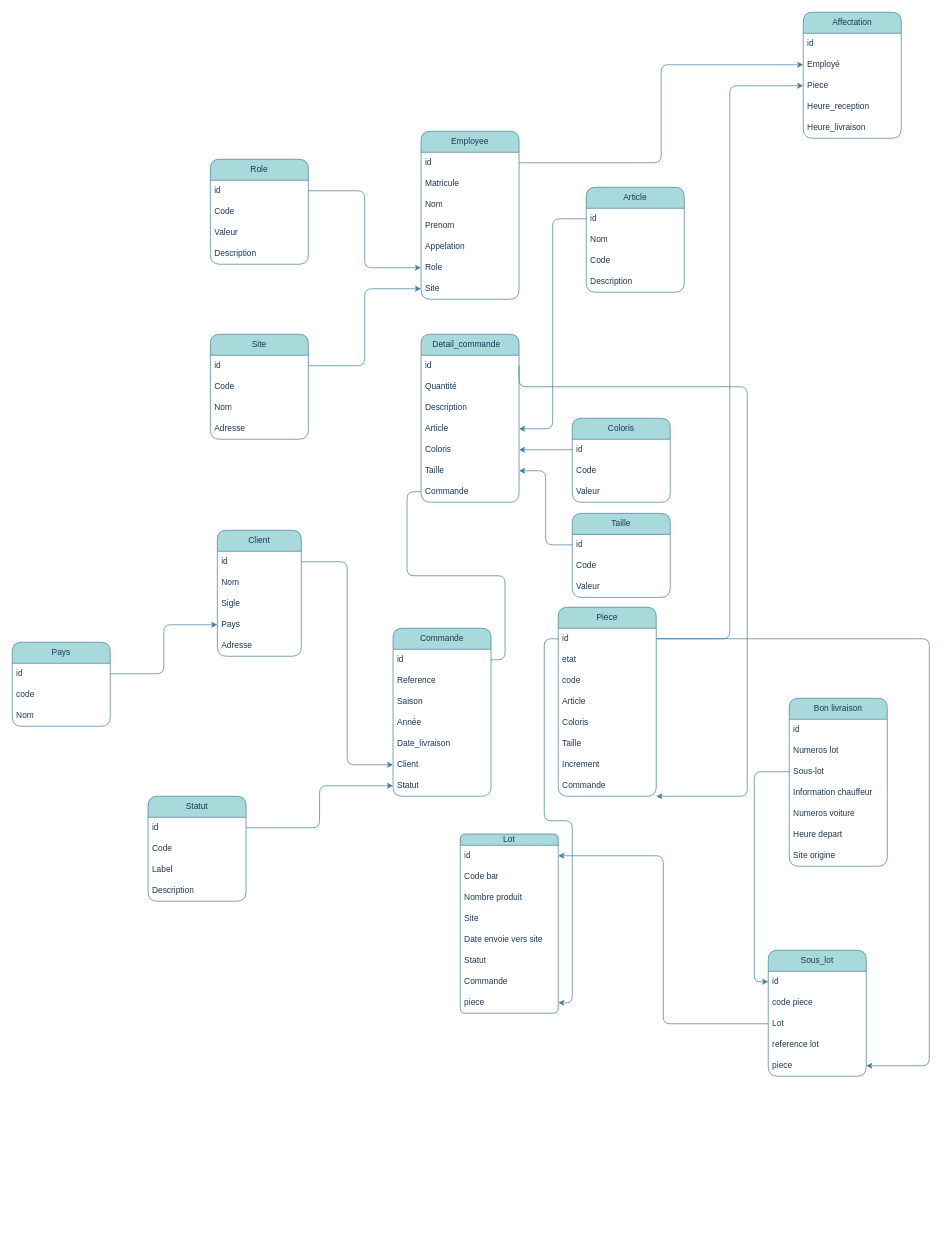
Before: Diagramme sans nom.drawio in petit-vps/sample, a draw.io diagram. Source tidied: cells renumbered, new cells numbered last; positions are measured from the earlier drawing's top-left corner, leaving out a move shared by most shapes. Both pictures are drawn from the tidied source at 70%, with x=0, y=0 at pixel (12, 12).
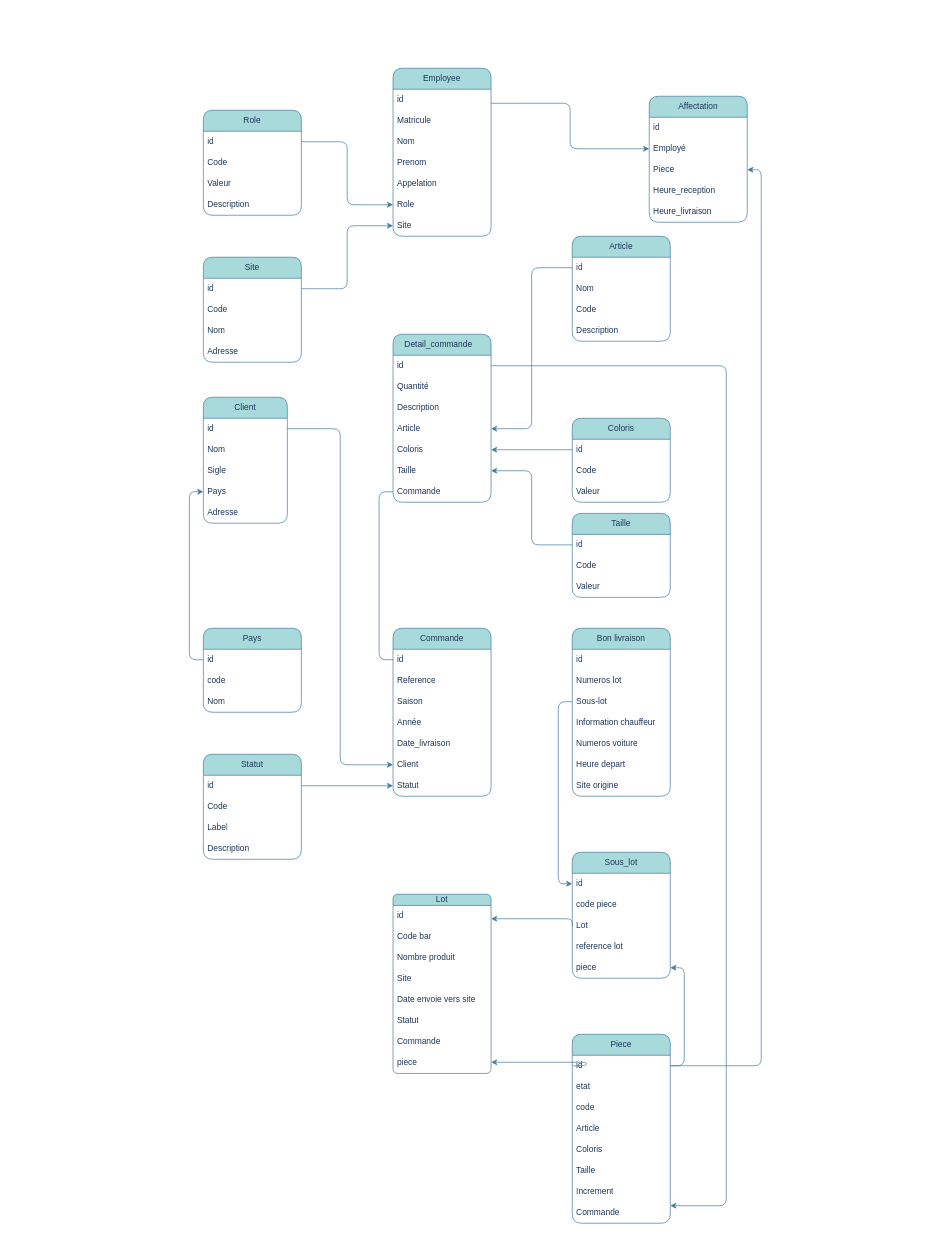
The same diagram, later.

The change refers to these unchanged cells:
```xml
<mxCell id="3" value="id" style="text;strokeColor=none;fillColor=none;align=left;verticalAlign=middle;spacingLeft=4;spacingRight=4;overflow=hidden;points=[[0,0.5],[1,0.5]];portConstraint=eastwest;whiteSpace=wrap;html=1;rounded=1;labelBackgroundColor=none;fontColor=#1D3557;" parent="2" vertex="1">
  <mxGeometry y="30" width="140" height="30" as="geometry" />
</mxCell>
<mxCell id="35" value="id" style="text;strokeColor=none;fillColor=none;align=left;verticalAlign=middle;spacingLeft=4;spacingRight=4;overflow=hidden;points=[[0,0.5],[1,0.5]];portConstraint=eastwest;whiteSpace=wrap;html=1;rounded=1;labelBackgroundColor=none;fontColor=#1D3557;" parent="34" vertex="1">
  <mxGeometry y="30" width="140" height="30" as="geometry" />
</mxCell>
<mxCell id="56" value="id" style="text;strokeColor=none;fillColor=none;align=left;verticalAlign=middle;spacingLeft=4;spacingRight=4;overflow=hidden;points=[[0,0.5],[1,0.5]];portConstraint=eastwest;whiteSpace=wrap;html=1;rounded=1;labelBackgroundColor=none;fontColor=#1D3557;" parent="55" vertex="1">
  <mxGeometry y="30" width="140" height="30" as="geometry" />
</mxCell>
<mxCell id="63" value="Commande" style="text;strokeColor=none;fillColor=none;align=left;verticalAlign=middle;spacingLeft=4;spacingRight=4;overflow=hidden;points=[[0,0.5],[1,0.5]];portConstraint=eastwest;whiteSpace=wrap;html=1;rounded=1;labelBackgroundColor=none;fontColor=#1D3557;" parent="55" vertex="1">
  <mxGeometry y="240" width="140" height="30" as="geometry" />
</mxCell>
<mxCell id="70" value="&lt;div&gt;id&lt;/div&gt;" style="text;strokeColor=none;fillColor=none;align=left;verticalAlign=middle;spacingLeft=4;spacingRight=4;overflow=hidden;points=[[0,0.5],[1,0.5]];portConstraint=eastwest;whiteSpace=wrap;html=1;rounded=1;labelBackgroundColor=none;fontColor=#1D3557;" parent="69" vertex="1">
  <mxGeometry y="16" width="140" height="30" as="geometry" />
</mxCell>
<mxCell id="77" value="piece" style="text;strokeColor=none;fillColor=none;align=left;verticalAlign=middle;spacingLeft=4;spacingRight=4;overflow=hidden;points=[[0,0.5],[1,0.5]];portConstraint=eastwest;whiteSpace=wrap;html=1;rounded=1;labelBackgroundColor=none;fontColor=#1D3557;" parent="69" vertex="1">
  <mxGeometry y="226" width="140" height="30" as="geometry" />
</mxCell>
<mxCell id="89" value="&lt;div&gt;Lot&lt;/div&gt;" style="text;strokeColor=none;fillColor=none;align=left;verticalAlign=middle;spacingLeft=4;spacingRight=4;overflow=hidden;points=[[0,0.5],[1,0.5]];portConstraint=eastwest;whiteSpace=wrap;html=1;rounded=1;labelBackgroundColor=none;fontColor=#1D3557;" parent="86" vertex="1">
  <mxGeometry y="90" width="140" height="30" as="geometry" />
</mxCell>
<mxCell id="91" value="piece" style="text;strokeColor=none;fillColor=none;align=left;verticalAlign=middle;spacingLeft=4;spacingRight=4;overflow=hidden;points=[[0,0.5],[1,0.5]];portConstraint=eastwest;whiteSpace=wrap;html=1;rounded=1;labelBackgroundColor=none;fontColor=#1D3557;" parent="86" vertex="1">
  <mxGeometry y="150" width="140" height="30" as="geometry" />
</mxCell>
<mxCell id="109" value="Employé" style="text;strokeColor=none;fillColor=none;align=left;verticalAlign=middle;spacingLeft=4;spacingRight=4;overflow=hidden;points=[[0,0.5],[1,0.5]];portConstraint=eastwest;whiteSpace=wrap;html=1;rounded=1;labelBackgroundColor=none;fontColor=#1D3557;" parent="107" vertex="1">
  <mxGeometry y="60" width="140" height="30" as="geometry" />
</mxCell>
<mxCell id="110" value="Piece" style="text;strokeColor=none;fillColor=none;align=left;verticalAlign=middle;spacingLeft=4;spacingRight=4;overflow=hidden;points=[[0,0.5],[1,0.5]];portConstraint=eastwest;whiteSpace=wrap;html=1;rounded=1;labelBackgroundColor=none;fontColor=#1D3557;" parent="107" vertex="1">
  <mxGeometry y="90" width="140" height="30" as="geometry" />
</mxCell>
```

The edit, as a diff of the source:
```diff
@@
     <mxCell id="2" value="Employee" style="swimlane;fontStyle=0;horizontal=1;startSize=30;whiteSpace=wrap;html=1;fillColor=#A8DADC;strokeColor=#457B9D;rounded=1;labelBackgroundColor=none;fontColor=#1D3557;" parent="1" vertex="1">
-      <mxGeometry x="584" y="170" width="140" height="240" as="geometry" />
+      <mxGeometry x="544" y="80" width="140" height="240" as="geometry" />
     </mxCell>
@@
     <mxCell id="10" value="Role" style="swimlane;fontStyle=0;horizontal=1;startSize=30;whiteSpace=wrap;html=1;fillColor=#A8DADC;strokeColor=#457B9D;rounded=1;labelBackgroundColor=none;fontColor=#1D3557;" parent="1" vertex="1">
-      <mxGeometry x="283" y="210" width="140" height="150" as="geometry" />
+      <mxGeometry x="273" y="140" width="140" height="150" as="geometry" />
     </mxCell>
@@
     <mxCell id="15" value="Site" style="swimlane;fontStyle=0;horizontal=1;startSize=30;whiteSpace=wrap;html=1;fillColor=#A8DADC;strokeColor=#457B9D;rounded=1;labelBackgroundColor=none;fontColor=#1D3557;" parent="1" vertex="1">
-      <mxGeometry x="283" y="460" width="140" height="150" as="geometry" />
+      <mxGeometry x="273" y="350" width="140" height="150" as="geometry" />
     </mxCell>
@@
     <mxCell id="28" value="Client" style="swimlane;fontStyle=0;horizontal=1;startSize=30;whiteSpace=wrap;html=1;fillColor=#A8DADC;strokeColor=#457B9D;rounded=1;labelBackgroundColor=none;fontColor=#1D3557;" parent="1" vertex="1">
-      <mxGeometry x="293" y="740" width="120" height="180" as="geometry" />
+      <mxGeometry x="273" y="550" width="120" height="180" as="geometry" />
     </mxCell>
@@
     <mxCell id="34" value="Detail_commande&lt;span style=&quot;white-space: pre;&quot;&gt;&#9;&lt;/span&gt;" style="swimlane;fontStyle=0;horizontal=1;startSize=30;whiteSpace=wrap;html=1;fillColor=#A8DADC;strokeColor=#457B9D;rounded=1;labelBackgroundColor=none;fontColor=#1D3557;" parent="1" vertex="1">
-      <mxGeometry x="584" y="460" width="140" height="240" as="geometry" />
+      <mxGeometry x="544" y="460" width="140" height="240" as="geometry" />
     </mxCell>
@@
     <mxCell id="50" value="Article" style="swimlane;fontStyle=0;horizontal=1;startSize=30;whiteSpace=wrap;html=1;fillColor=#A8DADC;strokeColor=#457B9D;rounded=1;labelBackgroundColor=none;fontColor=#1D3557;" parent="1" vertex="1">
-      <mxGeometry x="820" y="250" width="140" height="150" as="geometry" />
+      <mxGeometry x="800" y="320" width="140" height="150" as="geometry" />
     </mxCell>
@@
     <mxCell id="55" value="Piece" style="swimlane;fontStyle=0;horizontal=1;startSize=30;whiteSpace=wrap;html=1;fillColor=#A8DADC;strokeColor=#457B9D;rounded=1;labelBackgroundColor=none;fontColor=#1D3557;" parent="1" vertex="1">
-      <mxGeometry x="780" y="850" width="140" height="270" as="geometry" />
+      <mxGeometry x="800" y="1460" width="140" height="270" as="geometry" />
     </mxCell>
@@
     <mxCell id="64" value="Statut" style="swimlane;fontStyle=0;horizontal=1;startSize=30;whiteSpace=wrap;html=1;fillColor=#A8DADC;strokeColor=#457B9D;rounded=1;labelBackgroundColor=none;fontColor=#1D3557;" parent="1" vertex="1">
-      <mxGeometry x="194" y="1120" width="140" height="150" as="geometry" />
+      <mxGeometry x="273" y="1060" width="140" height="150" as="geometry" />
     </mxCell>
@@
     <mxCell id="69" value="Lot" style="swimlane;fontStyle=0;horizontal=1;startSize=16;whiteSpace=wrap;html=1;fillColor=#A8DADC;strokeColor=#457B9D;rounded=1;labelBackgroundColor=none;fontColor=#1D3557;" parent="1" vertex="1">
-      <mxGeometry x="640" y="1174" width="140" height="256" as="geometry" />
+      <mxGeometry x="544" y="1260" width="140" height="256" as="geometry" />
     </mxCell>
@@
     <mxCell id="78" value="Bon livraison" style="swimlane;fontStyle=0;horizontal=1;startSize=30;whiteSpace=wrap;html=1;fillColor=#A8DADC;strokeColor=#457B9D;rounded=1;labelBackgroundColor=none;fontColor=#1D3557;" parent="1" vertex="1">
-      <mxGeometry x="1110" y="980" width="140" height="240" as="geometry" />
+      <mxGeometry x="800" y="880" width="140" height="240" as="geometry" />
     </mxCell>
@@
     <mxCell id="86" value="Sous_lot" style="swimlane;fontStyle=0;horizontal=1;startSize=30;whiteSpace=wrap;html=1;fillColor=#A8DADC;strokeColor=#457B9D;rounded=1;labelBackgroundColor=none;fontColor=#1D3557;" parent="1" vertex="1">
-      <mxGeometry x="1080" y="1340" width="140" height="180" as="geometry" />
+      <mxGeometry x="800" y="1200" width="140" height="180" as="geometry" />
     </mxCell>
@@
     <mxCell id="92" value="Pays" style="swimlane;fontStyle=0;horizontal=1;startSize=30;whiteSpace=wrap;html=1;fillColor=#A8DADC;strokeColor=#457B9D;rounded=1;labelBackgroundColor=none;fontColor=#1D3557;" parent="1" vertex="1">
-      <mxGeometry y="900" width="140" height="120" as="geometry" />
+      <mxGeometry x="273" y="880" width="140" height="120" as="geometry" />
     </mxCell>
@@
     <mxCell id="103" style="edgeStyle=orthogonalEdgeStyle;rounded=1;jettySize=auto;html=1;exitX=1;exitY=0.5;exitDx=0;exitDy=0;labelBackgroundColor=none;strokeColor=#457B9D;fontColor=default;" parent="1" edge="1" source="35" target="63">
       <mxGeometry relative="1" as="geometry">
         <Array as="points">
-          <mxPoint x="724" y="535" />
-          <mxPoint x="1050" y="535" />
-          <mxPoint x="1050" y="1120" />
+          <mxPoint x="1020" y="505" />
+          <mxPoint x="1020" y="1705" />
         </Array>
       </mxGeometry>
     </mxCell>
@@
-    <mxCell id="105" style="edgeStyle=orthogonalEdgeStyle;rounded=1;jettySize=auto;html=1;entryX=1;entryY=0.5;entryDx=0;entryDy=0;exitX=1;exitY=0.5;exitDx=0;exitDy=0;labelBackgroundColor=none;strokeColor=#457B9D;fontColor=default;" parent="1" edge="1" source="56" target="91">
-      <mxGeometry relative="1" as="geometry">
-        <Array as="points">
-          <mxPoint x="1310" y="895" />
-          <mxPoint x="1310" y="1505" />
-        </Array>
-      </mxGeometry>
-    </mxCell>
@@
     <mxCell id="107" value="Affectation" style="swimlane;fontStyle=0;horizontal=1;startSize=30;whiteSpace=wrap;html=1;fillColor=#A8DADC;strokeColor=#457B9D;rounded=1;labelBackgroundColor=none;fontColor=#1D3557;" parent="1" vertex="1">
-      <mxGeometry x="1130" width="140" height="180" as="geometry" />
+      <mxGeometry x="910" y="120" width="140" height="180" as="geometry" />
     </mxCell>
@@
-    <mxCell id="113" style="edgeStyle=orthogonalEdgeStyle;rounded=1;jettySize=auto;html=1;exitX=1;exitY=0.5;exitDx=0;exitDy=0;labelBackgroundColor=none;strokeColor=#457B9D;fontColor=default;" parent="1" edge="1" source="56" target="110">
-      <mxGeometry relative="1" as="geometry" />
-    </mxCell>
-    <mxCell id="114" style="edgeStyle=orthogonalEdgeStyle;rounded=1;jettySize=auto;html=1;exitX=1;exitY=0.5;exitDx=0;exitDy=0;elbow=vertical;labelBackgroundColor=none;strokeColor=#457B9D;fontColor=default;" parent="1" edge="1" source="3" target="109">
+    <mxCell id="114" style="edgeStyle=orthogonalEdgeStyle;rounded=1;jettySize=auto;html=1;exitX=1;exitY=0.668;exitDx=0;exitDy=0;elbow=vertical;labelBackgroundColor=none;strokeColor=#457B9D;fontColor=default;exitPerimeter=0;entryX=0;entryY=0.5;entryDx=0;entryDy=0;" parent="1" edge="1" source="3" target="109">
       <mxGeometry relative="1" as="geometry" />
     </mxCell>
@@
     <mxCell id="116" style="edgeStyle=orthogonalEdgeStyle;rounded=1;jettySize=auto;html=1;exitX=0;exitY=0.5;exitDx=0;exitDy=0;labelBackgroundColor=none;strokeColor=#457B9D;fontColor=default;" parent="1" edge="1" source="56" target="77">
-      <mxGeometry relative="1" as="geometry" />
+      <mxGeometry relative="1" as="geometry">
+        <Array as="points">
+          <mxPoint x="820" y="1500" />
+        </Array>
+      </mxGeometry>
     </mxCell>
     <mxCell id="117" style="edgeStyle=orthogonalEdgeStyle;rounded=1;jettySize=auto;html=1;exitX=0;exitY=0.5;exitDx=0;exitDy=0;labelBackgroundColor=none;strokeColor=#457B9D;fontColor=default;" parent="1" edge="1" source="89" target="70">
-      <mxGeometry relative="1" as="geometry" />
+      <mxGeometry relative="1" as="geometry">
+        <Array as="points">
+          <mxPoint x="720" y="1295" />
+          <mxPoint x="720" y="1295" />
+        </Array>
+      </mxGeometry>
     </mxCell>
+    <mxCell id="105" style="edgeStyle=orthogonalEdgeStyle;rounded=1;jettySize=auto;html=1;exitX=1;exitY=0.5;exitDx=0;exitDy=0;strokeColor=#457B9D;fontColor=#1D3557;fillColor=#A8DADC;" parent="1" edge="1" source="56" target="91">
+      <mxGeometry relative="1" as="geometry" />
+    </mxCell>
+    <mxCell id="113" style="edgeStyle=orthogonalEdgeStyle;rounded=1;jettySize=auto;html=1;entryX=1;entryY=0.5;entryDx=0;entryDy=0;strokeColor=#457B9D;fontColor=#1D3557;fillColor=#A8DADC;" parent="1" edge="1" source="56" target="110">
+      <mxGeometry relative="1" as="geometry" />
+    </mxCell>
```
